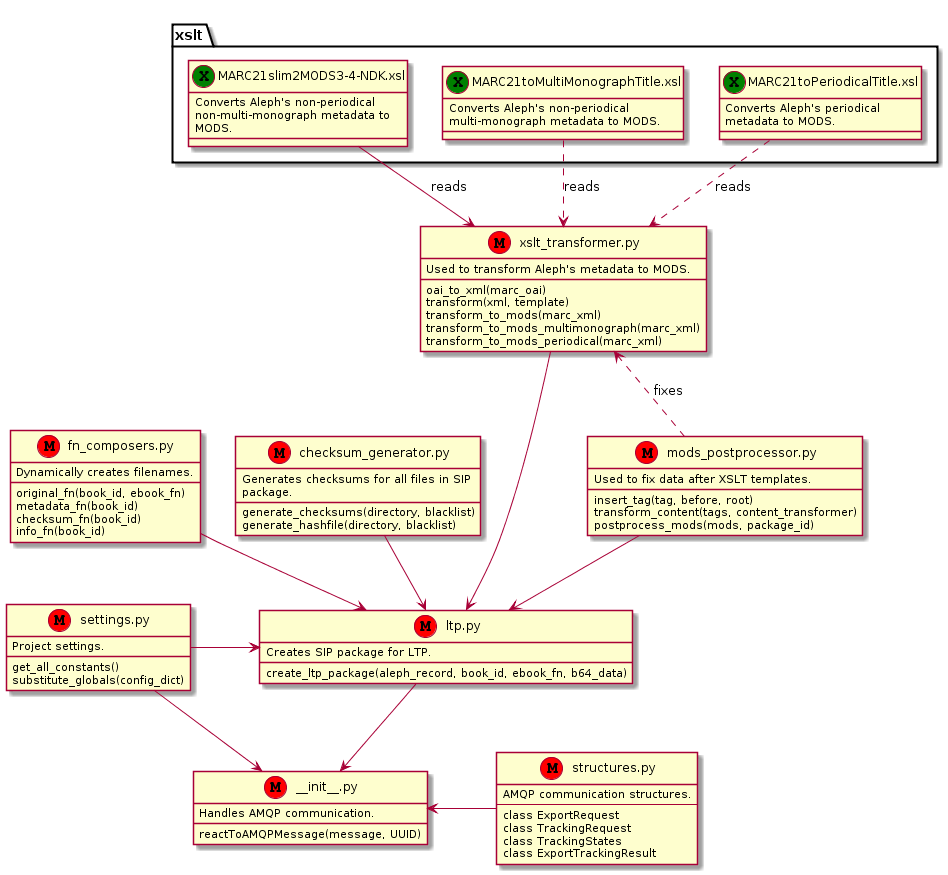
Above: docs/_static/relations.png in edeposit/edeposit.amqp.ltp (PlantUML), before the change.
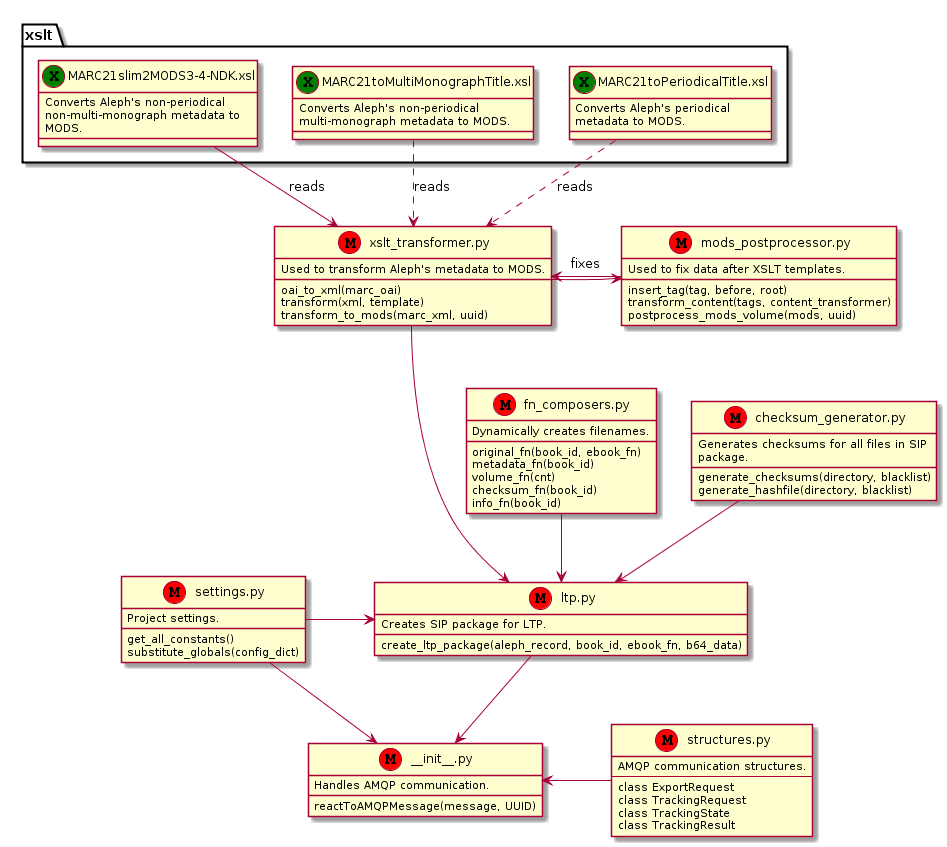
Later version of the same file.

Commit message:
#17, #3: Fixed relation diagram.

The edit, as a diff of the source:
```diff
@@ -20,9 +20,7 @@
 
     oai_to_xml(marc_oai)
     transform(xml, template)
-    transform_to_mods(marc_xml)
-    transform_to_mods_multimonograph(marc_xml)
-    transform_to_mods_periodical(marc_xml)
+    transform_to_mods(marc_xml, uuid)
 }
 
 mods_nonp_single -d-> xslt_transformer: reads
@@ -34,6 +32,7 @@
 
     original_fn(book_id, ebook_fn)
     metadata_fn(book_id)
+    volume_fn(cnt)
     checksum_fn(book_id)
     info_fn(book_id)
 }
@@ -51,7 +50,7 @@
 
     insert_tag(tag, before, root)
     transform_content(tags, content_transformer)
-    postprocess_mods(mods, package_id)
+    postprocess_mods_volume(mods, uuid)
 }
 
 class settings as "settings.py" <<M, Red>> {
@@ -66,8 +65,8 @@
     ---
     class ExportRequest
     class TrackingRequest
-    class TrackingStates
-    class ExportTrackingResult
+    class TrackingState
+    class TrackingResult
 }
 
 class ltp as "ltp.py" <<M, Red>> {
@@ -87,11 +86,11 @@
 
 fn_composers -d-> ltp
 checksum_generator -d-> ltp
-mods_postprocessor -d-> ltp
 
 ltp -d-> init
 structures -l-> init
 settings --> init
 
-mods_postprocessor .u.> xslt_transformer: fixes
+mods_postprocessor -r-> xslt_transformer: fixes
+xslt_transformer --> mods_postprocessor
 @enduml
```
